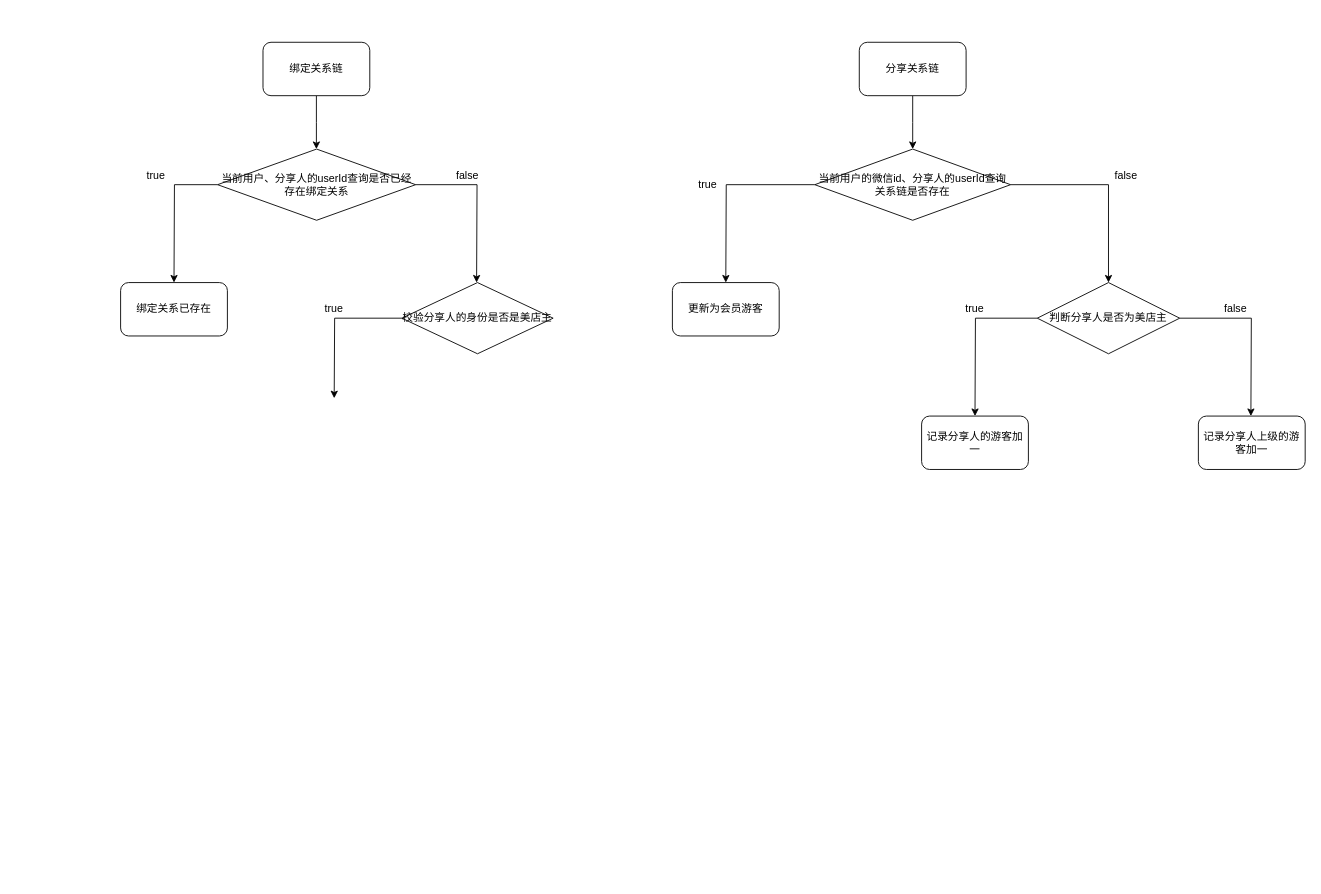
The draw.io diagram 关系链v1.drawio in Itxiaopao/viewFloder, before the edit. Source tidied: cells renumbered, new cells numbered last; positions are measured from the earlier drawing's top-left corner, leaving out a move shared by most shapes. Both pictures are drawn from the tidied source at 89%, with x=0, y=0 at pixel (120, 42).
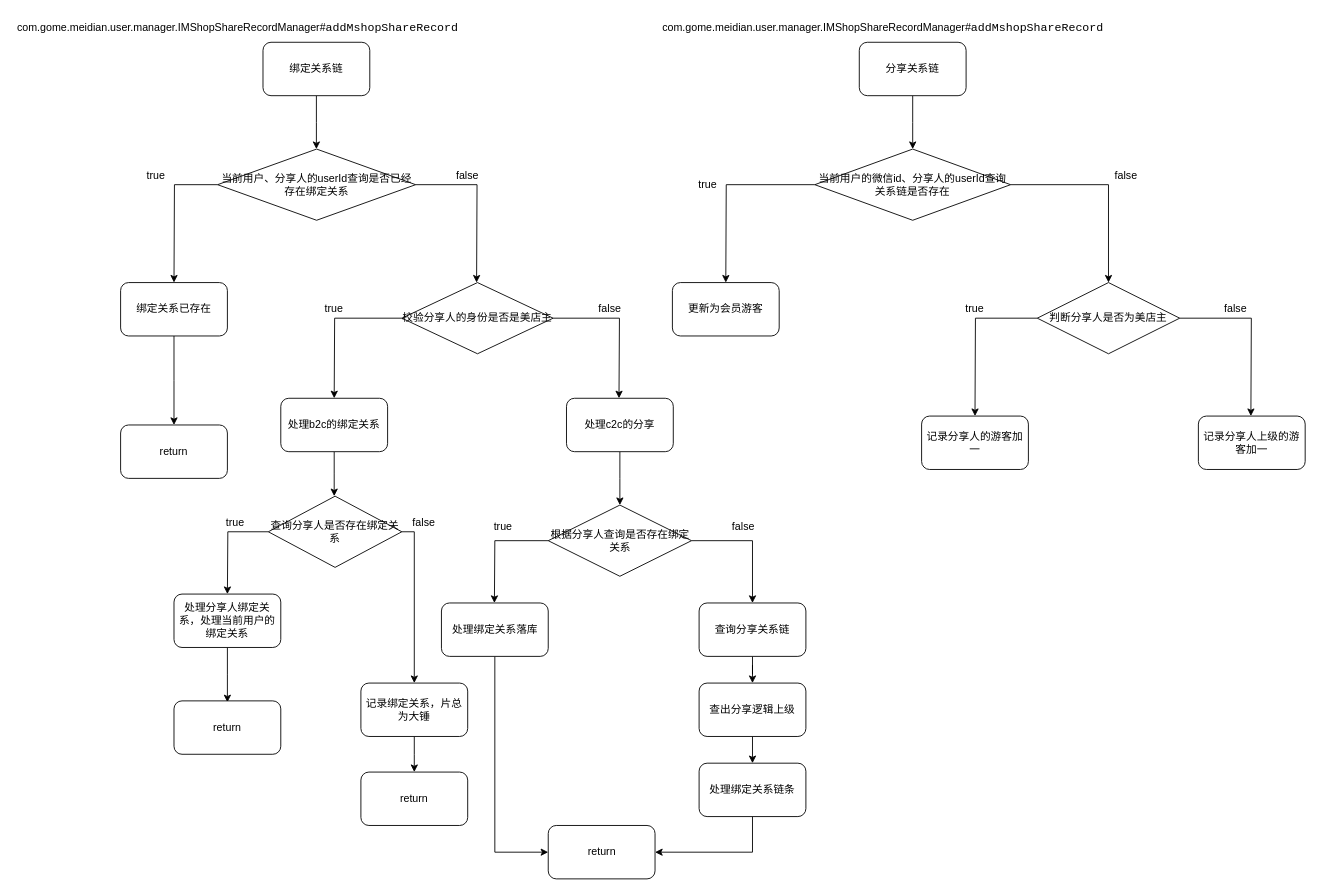
After the change.

Unchanged cells that the change refers to:
```xml
<mxCell id="22" value="绑定关系已存在" style="rounded=1;whiteSpace=wrap;html=1;" parent="1" vertex="1">
  <mxGeometry y="270" width="120" height="60" as="geometry" />
</mxCell>
<mxCell id="24" value="校验分享人的身份是否是美店主" style="rhombus;whiteSpace=wrap;html=1;" parent="1" vertex="1">
  <mxGeometry x="316" y="270" width="170" height="80" as="geometry" />
</mxCell>
```

Change to the diagram source:
```diff
@@
+    <mxCell id="28" style="edgeStyle=orthogonalEdgeStyle;rounded=0;jettySize=auto;html=1;" parent="1" edge="1" source="22">
+      <mxGeometry relative="1" as="geometry">
+        <mxPoint x="60" y="430" as="targetPoint" />
+      </mxGeometry>
+    </mxCell>
@@
+    <mxCell id="29" style="edgeStyle=orthogonalEdgeStyle;rounded=0;jettySize=auto;html=1;" parent="1" edge="1" source="24">
+      <mxGeometry relative="1" as="geometry">
+        <mxPoint x="560" y="400" as="targetPoint" />
+      </mxGeometry>
+    </mxCell>
@@
+    <mxCell id="30" value="false" style="text;html=1;strokeColor=none;fillColor=none;align=center;verticalAlign=middle;whiteSpace=wrap;rounded=0;" parent="1" vertex="1">
+      <mxGeometry x="530" y="290" width="40" height="20" as="geometry" />
+    </mxCell>
+    <mxCell id="31" style="edgeStyle=orthogonalEdgeStyle;rounded=0;jettySize=auto;html=1;" parent="1" edge="1" source="32">
+      <mxGeometry relative="1" as="geometry">
+        <mxPoint x="561" y="520" as="targetPoint" />
+      </mxGeometry>
+    </mxCell>
+    <mxCell id="32" value="处理c2c的分享" style="rounded=1;whiteSpace=wrap;html=1;" parent="1" vertex="1">
+      <mxGeometry x="501" y="400" width="120" height="60" as="geometry" />
+    </mxCell>
+    <mxCell id="33" style="edgeStyle=orthogonalEdgeStyle;rounded=0;jettySize=auto;html=1;" parent="1" edge="1" source="35">
+      <mxGeometry relative="1" as="geometry">
+        <mxPoint x="420" y="630" as="targetPoint" />
+      </mxGeometry>
+    </mxCell>
+    <mxCell id="34" style="edgeStyle=orthogonalEdgeStyle;rounded=0;jettySize=auto;html=1;" parent="1" edge="1" source="35">
+      <mxGeometry relative="1" as="geometry">
+        <mxPoint x="710" y="630" as="targetPoint" />
+        <Array as="points">
+          <mxPoint x="710" y="560" />
+          <mxPoint x="710" y="630" />
+        </Array>
+      </mxGeometry>
+    </mxCell>
+    <mxCell id="35" value="根据分享人查询是否存在绑定关系" style="rhombus;whiteSpace=wrap;html=1;" parent="1" vertex="1">
+      <mxGeometry x="480.5" y="520" width="161" height="80" as="geometry" />
+    </mxCell>
+    <mxCell id="36" value="true" style="text;html=1;strokeColor=none;fillColor=none;align=center;verticalAlign=middle;whiteSpace=wrap;rounded=0;" parent="1" vertex="1">
+      <mxGeometry x="410" y="534" width="40" height="20" as="geometry" />
+    </mxCell>
+    <mxCell id="37" value="false" style="text;html=1;strokeColor=none;fillColor=none;align=center;verticalAlign=middle;whiteSpace=wrap;rounded=0;" parent="1" vertex="1">
+      <mxGeometry x="680" y="534" width="40" height="20" as="geometry" />
+    </mxCell>
+    <mxCell id="38" style="edgeStyle=orthogonalEdgeStyle;rounded=0;jettySize=auto;html=1;entryX=0;entryY=0.5;entryDx=0;entryDy=0;" parent="1" edge="1" source="39" target="40">
+      <mxGeometry relative="1" as="geometry">
+        <Array as="points">
+          <mxPoint x="420" y="910" />
+        </Array>
+      </mxGeometry>
+    </mxCell>
+    <mxCell id="39" value="处理绑定关系落库" style="rounded=1;whiteSpace=wrap;html=1;" parent="1" vertex="1">
+      <mxGeometry x="360.5" y="630" width="120" height="60" as="geometry" />
+    </mxCell>
+    <mxCell id="40" value="return" style="rounded=1;whiteSpace=wrap;html=1;" parent="1" vertex="1">
+      <mxGeometry x="480.5" y="880" width="120" height="60" as="geometry" />
+    </mxCell>
+    <mxCell id="41" value="return" style="rounded=1;whiteSpace=wrap;html=1;" parent="1" vertex="1">
+      <mxGeometry y="430" width="120" height="60" as="geometry" />
+    </mxCell>
+    <mxCell id="42" style="edgeStyle=orthogonalEdgeStyle;rounded=0;jettySize=auto;html=1;" parent="1" edge="1" source="43">
+      <mxGeometry relative="1" as="geometry">
+        <mxPoint x="240" y="510" as="targetPoint" />
+      </mxGeometry>
+    </mxCell>
+    <mxCell id="43" value="处理b2c的绑定关系" style="rounded=1;whiteSpace=wrap;html=1;" parent="1" vertex="1">
+      <mxGeometry x="180" y="400" width="120" height="60" as="geometry" />
+    </mxCell>
+    <mxCell id="44" style="edgeStyle=orthogonalEdgeStyle;rounded=0;jettySize=auto;html=1;" parent="1" edge="1" source="46">
+      <mxGeometry relative="1" as="geometry">
+        <mxPoint x="120" y="620" as="targetPoint" />
+      </mxGeometry>
+    </mxCell>
+    <mxCell id="45" style="edgeStyle=orthogonalEdgeStyle;rounded=0;jettySize=auto;html=1;" parent="1" edge="1" source="46">
+      <mxGeometry relative="1" as="geometry">
+        <mxPoint x="330" y="720" as="targetPoint" />
+        <Array as="points">
+          <mxPoint x="330" y="550" />
+          <mxPoint x="330" y="720" />
+        </Array>
+      </mxGeometry>
+    </mxCell>
+    <mxCell id="46" value="查询分享人是否存在绑定关系" style="rhombus;whiteSpace=wrap;html=1;" parent="1" vertex="1">
+      <mxGeometry x="166" y="510" width="150" height="80" as="geometry" />
+    </mxCell>
+    <mxCell id="47" style="edgeStyle=orthogonalEdgeStyle;rounded=0;jettySize=auto;html=1;" parent="1" edge="1" source="48">
+      <mxGeometry relative="1" as="geometry">
+        <mxPoint x="120" y="741.6" as="targetPoint" />
+      </mxGeometry>
+    </mxCell>
+    <mxCell id="48" value="处理分享人绑定关系，处理当前用户的绑定关系" style="rounded=1;whiteSpace=wrap;html=1;" parent="1" vertex="1">
+      <mxGeometry x="60" y="620" width="120" height="60" as="geometry" />
+    </mxCell>
+    <mxCell id="49" value="return" style="rounded=1;whiteSpace=wrap;html=1;" parent="1" vertex="1">
+      <mxGeometry x="60" y="740" width="120" height="60" as="geometry" />
+    </mxCell>
+    <mxCell id="50" value="true" style="text;html=1;strokeColor=none;fillColor=none;align=center;verticalAlign=middle;whiteSpace=wrap;rounded=0;" parent="1" vertex="1">
+      <mxGeometry x="109" y="530" width="40" height="20" as="geometry" />
+    </mxCell>
+    <mxCell id="51" value="false" style="text;html=1;strokeColor=none;fillColor=none;align=center;verticalAlign=middle;whiteSpace=wrap;rounded=0;" parent="1" vertex="1">
+      <mxGeometry x="320.5" y="530" width="40" height="20" as="geometry" />
+    </mxCell>
+    <mxCell id="52" style="edgeStyle=orthogonalEdgeStyle;rounded=0;jettySize=auto;html=1;" parent="1" edge="1" source="53">
+      <mxGeometry relative="1" as="geometry">
+        <mxPoint x="330" y="820" as="targetPoint" />
+      </mxGeometry>
+    </mxCell>
+    <mxCell id="53" value="记录绑定关系，片总为大锤" style="rounded=1;whiteSpace=wrap;html=1;" parent="1" vertex="1">
+      <mxGeometry x="270" y="720" width="120" height="60" as="geometry" />
+    </mxCell>
+    <mxCell id="54" value="return" style="rounded=1;whiteSpace=wrap;html=1;" parent="1" vertex="1">
+      <mxGeometry x="270" y="820" width="120" height="60" as="geometry" />
+    </mxCell>
+    <mxCell id="55" style="edgeStyle=orthogonalEdgeStyle;rounded=0;jettySize=auto;html=1;entryX=0.5;entryY=0;entryDx=0;entryDy=0;" parent="1" edge="1" source="56" target="58">
+      <mxGeometry relative="1" as="geometry" />
+    </mxCell>
+    <mxCell id="56" value="查询分享关系链" style="rounded=1;whiteSpace=wrap;html=1;" parent="1" vertex="1">
+      <mxGeometry x="650" y="630" width="120" height="60" as="geometry" />
+    </mxCell>
+    <mxCell id="57" style="edgeStyle=orthogonalEdgeStyle;rounded=0;jettySize=auto;html=1;" parent="1" edge="1" source="58">
+      <mxGeometry relative="1" as="geometry">
+        <mxPoint x="710" y="810" as="targetPoint" />
+        <Array as="points">
+          <mxPoint x="710" y="810" />
+          <mxPoint x="710" y="810" />
+        </Array>
+      </mxGeometry>
+    </mxCell>
+    <mxCell id="58" value="查出分享逻辑上级" style="rounded=1;whiteSpace=wrap;html=1;" parent="1" vertex="1">
+      <mxGeometry x="650" y="720" width="120" height="60" as="geometry" />
+    </mxCell>
+    <mxCell id="59" style="edgeStyle=orthogonalEdgeStyle;rounded=0;jettySize=auto;html=1;entryX=1;entryY=0.5;entryDx=0;entryDy=0;" parent="1" edge="1" source="60" target="40">
+      <mxGeometry relative="1" as="geometry">
+        <Array as="points">
+          <mxPoint x="710" y="910" />
+        </Array>
+      </mxGeometry>
+    </mxCell>
+    <mxCell id="60" value="处理绑定关系链条" style="rounded=1;whiteSpace=wrap;html=1;" parent="1" vertex="1">
+      <mxGeometry x="650" y="810" width="120" height="60" as="geometry" />
+    </mxCell>
+    <mxCell id="61" value="com.gome.meidian.user.manager.IMShopShareRecordManager#&lt;span style=&quot;background-color: rgb(255 , 255 , 255) ; font-family: &amp;#34;consolas&amp;#34; ; font-size: 9.8pt&quot;&gt;addMshopShareRecord&lt;/span&gt;" style="text;html=1;" parent="1" vertex="1">
+      <mxGeometry x="-118" y="-30" width="370" height="30" as="geometry" />
+    </mxCell>
+    <mxCell id="62" value="com.gome.meidian.user.manager.IMShopShareRecordManager#&lt;span style=&quot;background-color: rgb(255 , 255 , 255) ; font-family: &amp;#34;consolas&amp;#34; ; font-size: 9.8pt&quot;&gt;addMshopShareRecord&lt;/span&gt;" style="text;html=1;" parent="1" vertex="1">
+      <mxGeometry x="606.8" y="-30" width="370" height="30" as="geometry" />
+    </mxCell>
```
